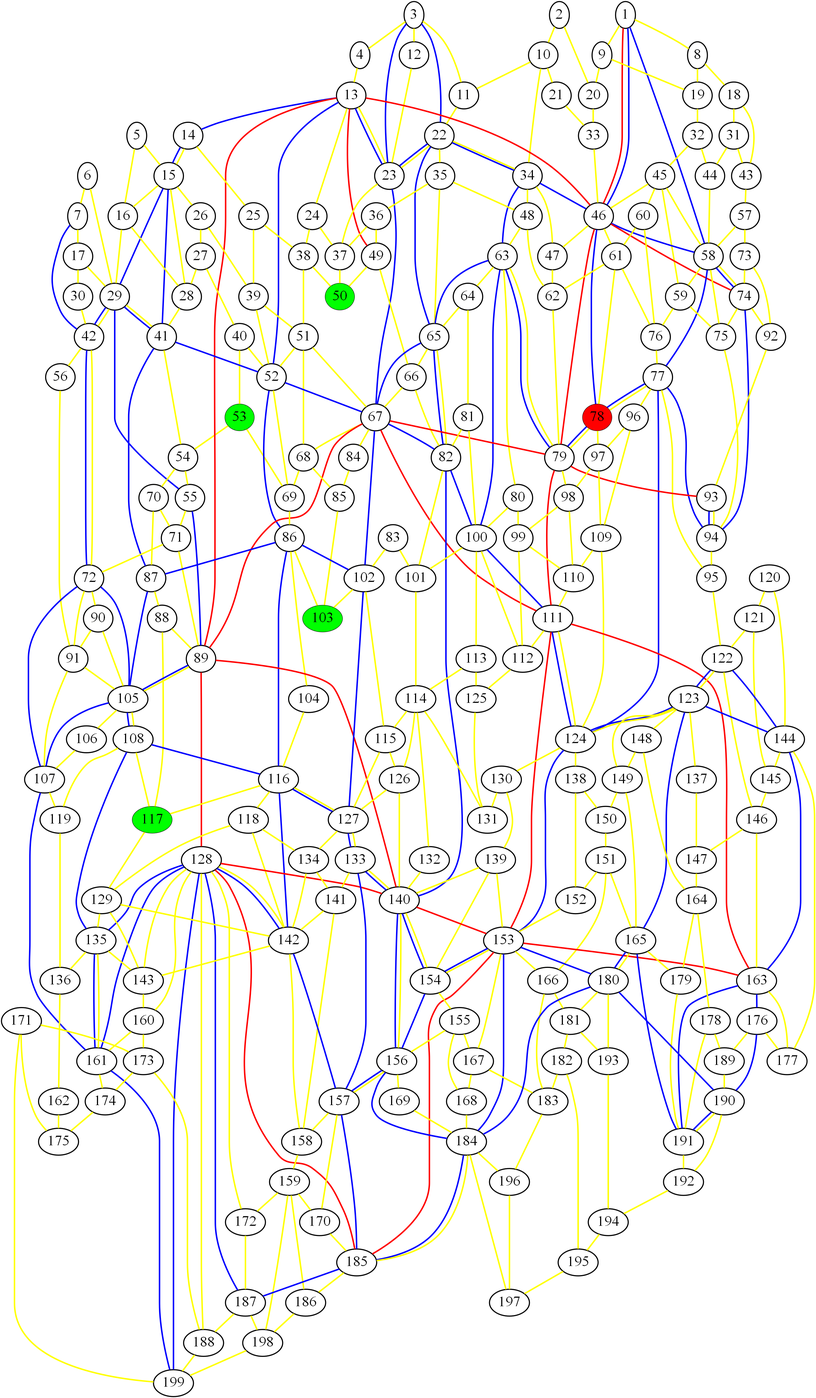
Earlier version of the Graphviz export graph_1.png (ed-churchill/complex-systems-project). Its source is kept beside it as graph_1.gv.
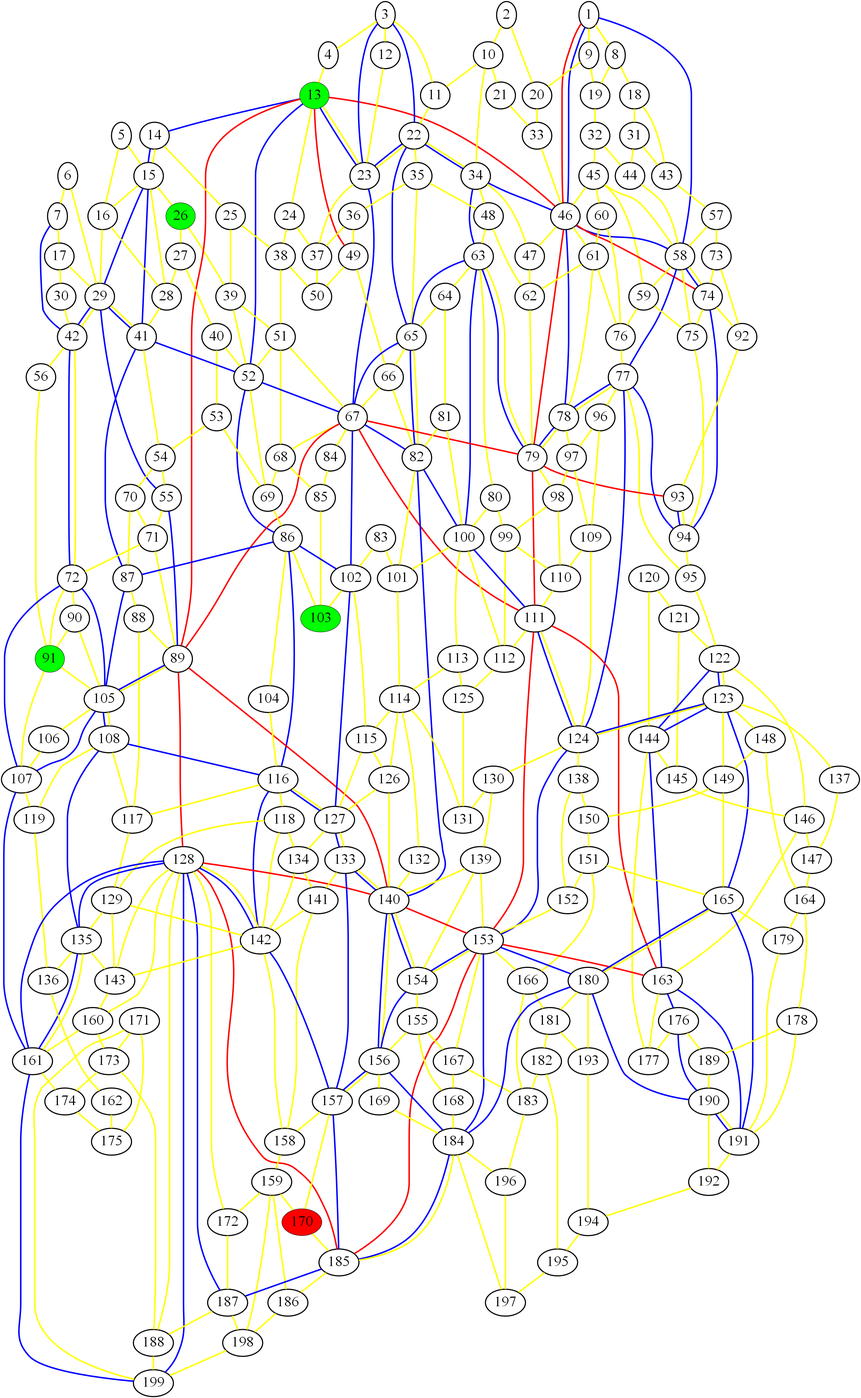
The same file after the commit.

Change to the diagram source:
```diff
@@ -1,9 +1,9 @@
 graph london_graph {
-78 [fillcolor=red, fontsize=40, pendwidth=3, style=filled];
-117 [fillcolor=green, fontsize=40, pendwidth=3, style=filled];
-50 [fillcolor=green, fontsize=40, pendwidth=3, style=filled];
-53 [fillcolor=green, fontsize=40, pendwidth=3, style=filled];
+170 [fillcolor=red, fontsize=40, pendwidth=3, style=filled];
+91 [fillcolor=green, fontsize=40, pendwidth=3, style=filled];
+26 [fillcolor=green, fontsize=40, pendwidth=3, style=filled];
 103 [fillcolor=green, fontsize=40, pendwidth=3, style=filled];
+13 [fillcolor=green, fontsize=40, pendwidth=3, style=filled];
 1 [fontsize=40, penwidth=3];
 2 [fontsize=40, penwidth=3];
 3 [fontsize=40, penwidth=3];
@@ -16,7 +16,6 @@
 10 [fontsize=40, penwidth=3];
 11 [fontsize=40, penwidth=3];
 12 [fontsize=40, penwidth=3];
-13 [fontsize=40, penwidth=3];
 14 [fontsize=40, penwidth=3];
 15 [fontsize=40, penwidth=3];
 16 [fontsize=40, penwidth=3];
@@ -29,7 +28,6 @@
 23 [fontsize=40, penwidth=3];
 24 [fontsize=40, penwidth=3];
 25 [fontsize=40, penwidth=3];
-26 [fontsize=40, penwidth=3];
 27 [fontsize=40, penwidth=3];
 28 [fontsize=40, penwidth=3];
 29 [fontsize=40, penwidth=3];
@@ -53,8 +51,10 @@
 47 [fontsize=40, penwidth=3];
 48 [fontsize=40, penwidth=3];
 49 [fontsize=40, penwidth=3];
+50 [fontsize=40, penwidth=3];
 51 [fontsize=40, penwidth=3];
 52 [fontsize=40, penwidth=3];
+53 [fontsize=40, penwidth=3];
 54 [fontsize=40, penwidth=3];
 55 [fontsize=40, penwidth=3];
 56 [fontsize=40, penwidth=3];
@@ -79,6 +79,7 @@
 75 [fontsize=40, penwidth=3];
 76 [fontsize=40, penwidth=3];
 77 [fontsize=40, penwidth=3];
+78 [fontsize=40, penwidth=3];
 79 [fontsize=40, penwidth=3];
 80 [fontsize=40, penwidth=3];
 81 [fontsize=40, penwidth=3];
@@ -91,7 +92,6 @@
 88 [fontsize=40, penwidth=3];
 89 [fontsize=40, penwidth=3];
 90 [fontsize=40, penwidth=3];
-91 [fontsize=40, penwidth=3];
 92 [fontsize=40, penwidth=3];
 93 [fontsize=40, penwidth=3];
 94 [fontsize=40, penwidth=3];
@@ -116,6 +116,7 @@
 114 [fontsize=40, penwidth=3];
 115 [fontsize=40, penwidth=3];
 116 [fontsize=40, penwidth=3];
+117 [fontsize=40, penwidth=3];
 118 [fontsize=40, penwidth=3];
 119 [fontsize=40, penwidth=3];
 120 [fontsize=40, penwidth=3];
@@ -168,7 +169,6 @@
 167 [fontsize=40, penwidth=3];
 168 [fontsize=40, penwidth=3];
 169 [fontsize=40, penwidth=3];
-170 [fontsize=40, penwidth=3];
 171 [fontsize=40, penwidth=3];
 172 [fontsize=40, penwidth=3];
 173 [fontsize=40, penwidth=3];
```
